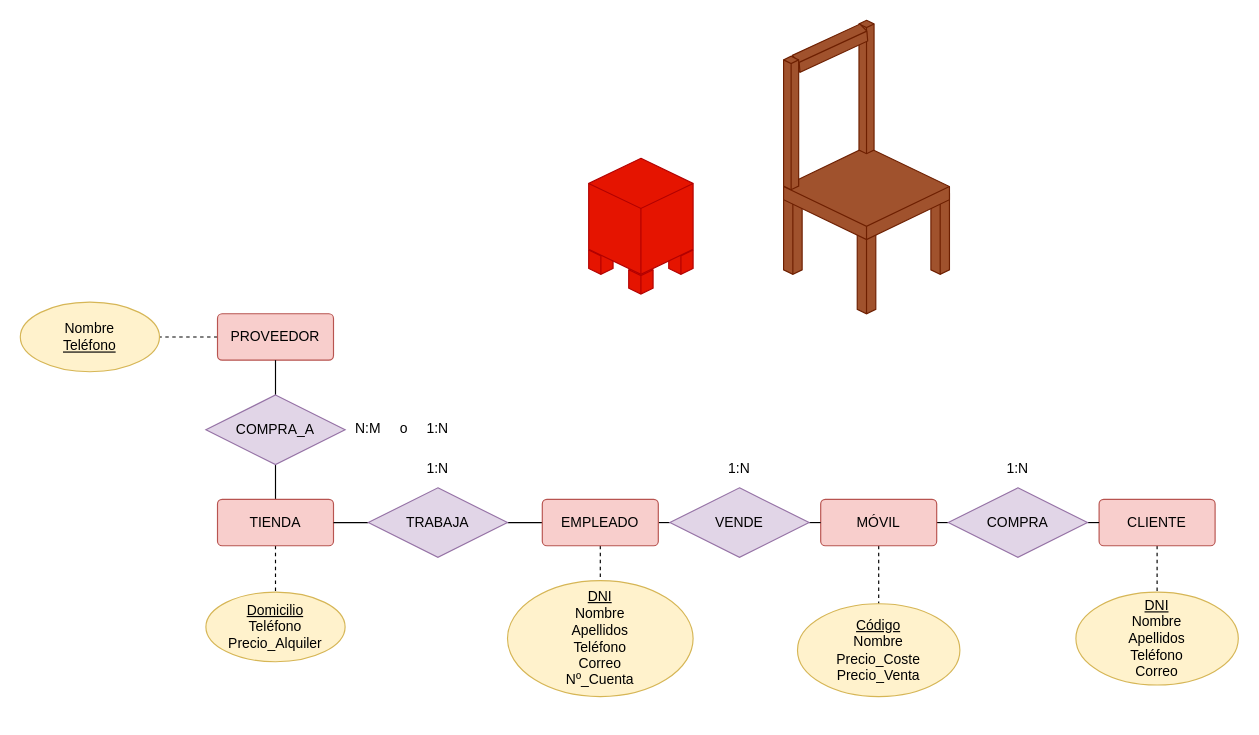
The draw.io diagram Ejercicio4_Tema1.drawio in antonionavarro04/diagramas, before the edit. Source tidied: cells renumbered, new cells numbered last; positions are measured from the earlier drawing's top-left corner, leaving out a move shared by most shapes. Both pictures are drawn from the tidied source at 116%, with x=0, y=0 at pixel (20, 7).
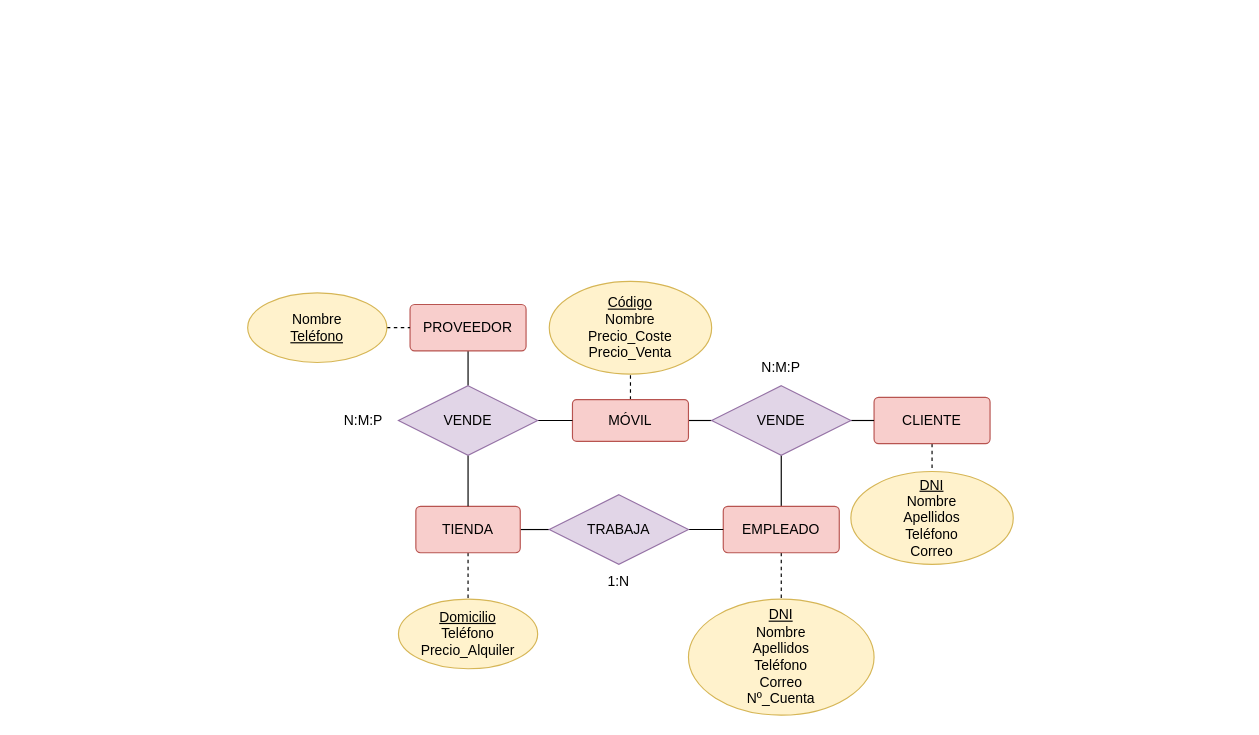
The same diagram, later.

The edit, as a diff of the source:
```diff
@@
-    <mxCell id="2" style="html=1;whiteSpace=wrap;shape=isoCube2;backgroundOutline=1;isoAngle=15;rounded=0;fillColor=#a0522d;fontColor=#ffffff;strokeColor=#6D1F00;" parent="1" vertex="1">
-      <mxGeometry x="658" y="156" width="16" height="74" as="geometry" />
-    </mxCell>
-    <mxCell id="3" style="html=1;whiteSpace=wrap;shape=isoCube2;backgroundOutline=1;isoAngle=15;rounded=0;fillColor=#a0522d;fontColor=#ffffff;strokeColor=#6D1F00;" parent="1" vertex="1">
-      <mxGeometry x="785" y="156" width="16" height="74" as="geometry" />
-    </mxCell>
+    <mxCell id="47" style="edgeStyle=orthogonalEdgeStyle;rounded=0;jettySize=auto;html=1;exitX=0.5;exitY=0;exitDx=0;exitDy=0;entryX=0.5;entryY=1;entryDx=0;entryDy=0;endArrow=none;endFill=0;" parent="1" edge="1" source="7" target="55">
+      <mxGeometry relative="1" as="geometry" />
+    </mxCell>
@@
-    <mxCell id="5" style="edgeStyle=orthogonalEdgeStyle;rounded=0;jettySize=auto;html=1;exitX=0;exitY=0.5;exitDx=0;exitDy=0;entryX=1;entryY=0.5;entryDx=0;entryDy=0;endArrow=none;endFill=0;" parent="1" edge="1" source="7" target="26">
-      <mxGeometry relative="1" as="geometry" />
-    </mxCell>
-    <mxCell id="6" style="edgeStyle=orthogonalEdgeStyle;rounded=0;jettySize=auto;html=1;exitX=1;exitY=0.5;exitDx=0;exitDy=0;entryX=0;entryY=0.5;entryDx=0;entryDy=0;endArrow=none;endFill=0;" parent="1" edge="1" source="7" target="28">
-      <mxGeometry relative="1" as="geometry" />
-    </mxCell>
     <mxCell id="7" value="EMPLEADO" style="rounded=1;arcSize=10;whiteSpace=wrap;html=1;align=center;fillColor=#f8cecc;strokeColor=#b85450;" parent="1" vertex="1">
-      <mxGeometry x="450" y="424" width="100" height="40" as="geometry" />
+      <mxGeometry x="606" y="430" width="100" height="40" as="geometry" />
     </mxCell>
@@
     <mxCell id="9" value="CLIENTE" style="rounded=1;arcSize=10;whiteSpace=wrap;html=1;align=center;fillColor=#f8cecc;strokeColor=#b85450;" parent="1" vertex="1">
-      <mxGeometry x="930" y="424" width="100" height="40" as="geometry" />
+      <mxGeometry x="736" y="336" width="100" height="40" as="geometry" />
     </mxCell>
+    <mxCell id="48" style="edgeStyle=orthogonalEdgeStyle;rounded=0;jettySize=auto;html=1;exitX=1;exitY=0.5;exitDx=0;exitDy=0;entryX=0;entryY=0.5;entryDx=0;entryDy=0;endArrow=none;endFill=0;" parent="1" edge="1" source="12" target="55">
+      <mxGeometry relative="1" as="geometry" />
+    </mxCell>
-    <mxCell id="10" style="edgeStyle=orthogonalEdgeStyle;rounded=0;jettySize=auto;html=1;exitX=0.5;exitY=1;exitDx=0;exitDy=0;entryX=0.5;entryY=0;entryDx=0;entryDy=0;endArrow=none;endFill=0;dashed=1;" parent="1" edge="1" source="12" target="18">
+    <mxCell id="10" style="edgeStyle=orthogonalEdgeStyle;rounded=0;jettySize=auto;html=1;exitX=0.5;exitY=0;exitDx=0;exitDy=0;entryX=0.5;entryY=1;entryDx=0;entryDy=0;dashed=1;endArrow=none;endFill=0;" parent="1" edge="1" source="12" target="18">
       <mxGeometry relative="1" as="geometry" />
     </mxCell>
-    <mxCell id="11" style="edgeStyle=orthogonalEdgeStyle;rounded=0;jettySize=auto;html=1;exitX=1;exitY=0.5;exitDx=0;exitDy=0;entryX=0;entryY=0.5;entryDx=0;entryDy=0;endArrow=none;endFill=0;" parent="1" edge="1" source="12" target="30">
-      <mxGeometry relative="1" as="geometry" />
-    </mxCell>
     <mxCell id="12" value="MÓVIL" style="rounded=1;arcSize=10;whiteSpace=wrap;html=1;align=center;fillColor=#f8cecc;strokeColor=#b85450;" parent="1" vertex="1">
-      <mxGeometry x="690" y="424" width="100" height="40" as="geometry" />
+      <mxGeometry x="476" y="338" width="100" height="36" as="geometry" />
     </mxCell>
-    <mxCell id="13" style="edgeStyle=orthogonalEdgeStyle;rounded=0;jettySize=auto;html=1;exitX=0;exitY=0.5;exitDx=0;exitDy=0;entryX=1;entryY=0.5;entryDx=0;entryDy=0;dashed=1;endArrow=none;endFill=0;" parent="1" edge="1" source="14" target="20">
-      <mxGeometry relative="1" as="geometry" />
-    </mxCell>
+    <mxCell id="49" style="edgeStyle=orthogonalEdgeStyle;rounded=0;jettySize=auto;html=1;exitX=0.5;exitY=1;exitDx=0;exitDy=0;entryX=0.5;entryY=0;entryDx=0;entryDy=0;endArrow=none;endFill=0;" parent="1" edge="1" source="14" target="28">
+      <mxGeometry relative="1" as="geometry" />
+    </mxCell>
     <mxCell id="14" value="PROVEEDOR" style="rounded=1;arcSize=10;whiteSpace=wrap;html=1;align=center;fillColor=#f8cecc;strokeColor=#b85450;" parent="1" vertex="1">
-      <mxGeometry x="170" y="264" width="100" height="40" as="geometry" />
+      <mxGeometry x="336" y="256" width="100" height="40" as="geometry" />
     </mxCell>
+    <mxCell id="50" style="edgeStyle=orthogonalEdgeStyle;rounded=0;jettySize=auto;html=1;exitX=1;exitY=0.5;exitDx=0;exitDy=0;entryX=0;entryY=0.5;entryDx=0;entryDy=0;endArrow=none;endFill=0;" parent="1" edge="1" source="17" target="26">
+      <mxGeometry relative="1" as="geometry" />
+    </mxCell>
-    <mxCell id="15" style="edgeStyle=orthogonalEdgeStyle;rounded=0;jettySize=auto;html=1;exitX=0.5;exitY=1;exitDx=0;exitDy=0;entryX=0.5;entryY=0;entryDx=0;entryDy=0;dashed=1;endArrow=none;endFill=0;" parent="1" edge="1" source="17" target="19">
+    <mxCell id="15" style="edgeStyle=orthogonalEdgeStyle;rounded=0;jettySize=auto;html=1;exitX=0.5;exitY=1;exitDx=0;exitDy=0;entryX=0.5;entryY=0;entryDx=0;entryDy=0;endArrow=none;endFill=0;dashed=1;" parent="1" edge="1" source="17" target="19">
       <mxGeometry relative="1" as="geometry" />
     </mxCell>
-    <mxCell id="16" style="edgeStyle=orthogonalEdgeStyle;rounded=0;jettySize=auto;html=1;exitX=0.5;exitY=0;exitDx=0;exitDy=0;entryX=0.5;entryY=1;entryDx=0;entryDy=0;endArrow=none;endFill=0;" parent="1" edge="1" source="17" target="24">
-      <mxGeometry relative="1" as="geometry" />
-    </mxCell>
     <mxCell id="17" value="TIENDA" style="rounded=1;arcSize=10;whiteSpace=wrap;html=1;align=center;fillColor=#f8cecc;strokeColor=#b85450;" parent="1" vertex="1">
-      <mxGeometry x="170" y="424" width="100" height="40" as="geometry" />
+      <mxGeometry x="341" y="430" width="90" height="40" as="geometry" />
     </mxCell>
     <mxCell id="18" value="&lt;u&gt;Código&lt;/u&gt;&lt;br&gt;Nombre&lt;br&gt;Precio_Coste&lt;br&gt;Precio_Venta" style="ellipse;whiteSpace=wrap;html=1;align=center;rounded=0;fillColor=#fff2cc;strokeColor=#d6b656;" parent="1" vertex="1">
-      <mxGeometry x="670" y="514" width="140" height="80" as="geometry" />
+      <mxGeometry x="456" y="236" width="140" height="80" as="geometry" />
     </mxCell>
     <mxCell id="19" value="&lt;u&gt;Domicilio&lt;/u&gt;&lt;br&gt;Teléfono&lt;br&gt;Precio_Alquiler" style="ellipse;whiteSpace=wrap;html=1;align=center;rounded=0;fillColor=#fff2cc;strokeColor=#d6b656;" parent="1" vertex="1">
-      <mxGeometry x="160" y="504" width="120" height="60" as="geometry" />
+      <mxGeometry x="326" y="510" width="120" height="60" as="geometry" />
     </mxCell>
+    <mxCell id="51" style="edgeStyle=orthogonalEdgeStyle;rounded=0;jettySize=auto;html=1;exitX=1;exitY=0.5;exitDx=0;exitDy=0;entryX=0;entryY=0.5;entryDx=0;entryDy=0;dashed=1;endArrow=none;endFill=0;" parent="1" edge="1" source="20" target="14">
+      <mxGeometry relative="1" as="geometry" />
+    </mxCell>
     <mxCell id="20" value="Nombre&lt;br&gt;&lt;u&gt;Teléfono&lt;/u&gt;" style="ellipse;whiteSpace=wrap;html=1;align=center;rounded=0;fillColor=#fff2cc;strokeColor=#d6b656;" parent="1" vertex="1">
-      <mxGeometry y="254" width="120" height="60" as="geometry" />
+      <mxGeometry x="196" y="246" width="120" height="60" as="geometry" />
     </mxCell>
     <mxCell id="21" value="&lt;u&gt;DNI&lt;/u&gt;&lt;br&gt;Nombre&lt;br&gt;Apellidos&lt;br&gt;Teléfono&lt;br&gt;Correo" style="ellipse;whiteSpace=wrap;html=1;align=center;rounded=0;fillColor=#fff2cc;strokeColor=#d6b656;" parent="1" vertex="1">
-      <mxGeometry x="910" y="504" width="140" height="80" as="geometry" />
+      <mxGeometry x="716" y="400" width="140" height="80" as="geometry" />
     </mxCell>
     <mxCell id="22" value="&lt;u&gt;DNI&lt;/u&gt;&lt;br&gt;Nombre&lt;br&gt;Apellidos&lt;br&gt;Teléfono&lt;br&gt;Correo&lt;br&gt;Nº_Cuenta" style="ellipse;whiteSpace=wrap;html=1;align=center;rounded=0;fillColor=#fff2cc;strokeColor=#d6b656;" parent="1" vertex="1">
-      <mxGeometry x="420" y="494" width="160" height="100" as="geometry" />
+      <mxGeometry x="576" y="510" width="160" height="100" as="geometry" />
     </mxCell>
-    <mxCell id="23" style="edgeStyle=orthogonalEdgeStyle;rounded=0;jettySize=auto;html=1;exitX=0.5;exitY=0;exitDx=0;exitDy=0;entryX=0.5;entryY=1;entryDx=0;entryDy=0;endArrow=none;endFill=0;" parent="1" edge="1" source="24" target="14">
-      <mxGeometry relative="1" as="geometry" />
-    </mxCell>
-    <mxCell id="24" value="COMPRA_A" style="shape=rhombus;perimeter=rhombusPerimeter;whiteSpace=wrap;html=1;align=center;rounded=0;fillColor=#e1d5e7;strokeColor=#9673a6;" parent="1" vertex="1">
-      <mxGeometry x="160" y="334" width="120" height="60" as="geometry" />
-    </mxCell>
-    <mxCell id="25" style="edgeStyle=orthogonalEdgeStyle;rounded=0;jettySize=auto;html=1;exitX=0;exitY=0.5;exitDx=0;exitDy=0;entryX=1;entryY=0.5;entryDx=0;entryDy=0;endArrow=none;endFill=0;" parent="1" edge="1" source="26" target="17">
-      <mxGeometry relative="1" as="geometry" />
-    </mxCell>
+    <mxCell id="52" style="edgeStyle=orthogonalEdgeStyle;rounded=0;jettySize=auto;html=1;exitX=1;exitY=0.5;exitDx=0;exitDy=0;entryX=0;entryY=0.5;entryDx=0;entryDy=0;endArrow=none;endFill=0;" parent="1" edge="1" source="26" target="7">
+      <mxGeometry relative="1" as="geometry" />
+    </mxCell>
     <mxCell id="26" value="TRABAJA" style="shape=rhombus;perimeter=rhombusPerimeter;whiteSpace=wrap;html=1;align=center;rounded=0;fillColor=#e1d5e7;strokeColor=#9673a6;" parent="1" vertex="1">
-      <mxGeometry x="300" y="414" width="120" height="60" as="geometry" />
+      <mxGeometry x="456" y="420" width="120" height="60" as="geometry" />
     </mxCell>
+    <mxCell id="53" style="edgeStyle=orthogonalEdgeStyle;rounded=0;jettySize=auto;html=1;exitX=0.5;exitY=1;exitDx=0;exitDy=0;entryX=0.5;entryY=0;entryDx=0;entryDy=0;endArrow=none;endFill=0;" parent="1" edge="1" source="28" target="17">
+      <mxGeometry relative="1" as="geometry" />
+    </mxCell>
@@
     <mxCell id="28" value="VENDE" style="shape=rhombus;perimeter=rhombusPerimeter;whiteSpace=wrap;html=1;align=center;rounded=0;fillColor=#e1d5e7;strokeColor=#9673a6;" parent="1" vertex="1">
-      <mxGeometry x="560" y="414" width="120" height="60" as="geometry" />
+      <mxGeometry x="326" y="326" width="120" height="60" as="geometry" />
     </mxCell>
-    <mxCell id="29" style="edgeStyle=orthogonalEdgeStyle;rounded=0;jettySize=auto;html=1;exitX=1;exitY=0.5;exitDx=0;exitDy=0;entryX=0;entryY=0.5;entryDx=0;entryDy=0;endArrow=none;endFill=0;" parent="1" edge="1" source="30" target="9">
-      <mxGeometry relative="1" as="geometry" />
-    </mxCell>
-    <mxCell id="30" value="COMPRA" style="shape=rhombus;perimeter=rhombusPerimeter;whiteSpace=wrap;html=1;align=center;rounded=0;fillColor=#e1d5e7;strokeColor=#9673a6;" parent="1" vertex="1">
-      <mxGeometry x="800" y="414" width="120" height="60" as="geometry" />
-    </mxCell>
-    <mxCell id="31" value="1:N" style="text;strokeColor=none;fillColor=none;spacingLeft=4;spacingRight=4;overflow=hidden;fontSize=12;rounded=0;align=center;" parent="1" vertex="1">
-      <mxGeometry x="840" y="384" width="40" height="30" as="geometry" />
-    </mxCell>
-    <mxCell id="32" value="1:N" style="text;strokeColor=none;fillColor=none;spacingLeft=4;spacingRight=4;overflow=hidden;fontSize=12;rounded=0;align=center;" parent="1" vertex="1">
-      <mxGeometry x="600" y="384" width="40" height="30" as="geometry" />
-    </mxCell>
-    <mxCell id="33" value="1:N" style="text;strokeColor=none;fillColor=none;spacingLeft=4;spacingRight=4;overflow=hidden;fontSize=12;rounded=0;align=center;" parent="1" vertex="1">
-      <mxGeometry x="340" y="384" width="40" height="30" as="geometry" />
-    </mxCell>
-    <mxCell id="34" value="N:M" style="text;strokeColor=none;fillColor=none;spacingLeft=4;spacingRight=4;overflow=hidden;fontSize=12;rounded=0;align=center;" parent="1" vertex="1">
-      <mxGeometry x="280" y="349" width="40" height="30" as="geometry" />
-    </mxCell>
-    <mxCell id="35" value="1:N" style="text;strokeColor=none;fillColor=none;spacingLeft=4;spacingRight=4;overflow=hidden;fontSize=12;rounded=0;align=center;" parent="1" vertex="1">
-      <mxGeometry x="340" y="349" width="40" height="30" as="geometry" />
-    </mxCell>
-    <mxCell id="36" value="o" style="text;html=1;strokeColor=none;fillColor=none;align=center;verticalAlign=middle;whiteSpace=wrap;rounded=0;" parent="1" vertex="1">
-      <mxGeometry x="301" y="348" width="60" height="30" as="geometry" />
-    </mxCell>
-    <mxCell id="37" style="html=1;whiteSpace=wrap;shape=isoCube2;backgroundOutline=1;isoAngle=15;rounded=0;fillColor=#e51400;fontColor=#ffffff;strokeColor=#B20000;" parent="1" vertex="1">
-      <mxGeometry x="490" y="204" width="21" height="26" as="geometry" />
-    </mxCell>
-    <mxCell id="38" style="html=1;whiteSpace=wrap;shape=isoCube2;backgroundOutline=1;isoAngle=15;rounded=0;" parent="1" vertex="1">
-      <mxGeometry x="524.5" y="188" width="21" height="26" as="geometry" />
-    </mxCell>
-    <mxCell id="39" style="html=1;whiteSpace=wrap;shape=isoCube2;backgroundOutline=1;isoAngle=15;rounded=0;fillColor=#e51400;fontColor=#ffffff;strokeColor=#B20000;" parent="1" vertex="1">
-      <mxGeometry x="559" y="204" width="21" height="26" as="geometry" />
-    </mxCell>
-    <mxCell id="40" style="html=1;whiteSpace=wrap;shape=isoCube2;backgroundOutline=1;isoAngle=15;rounded=0;fillColor=#e51400;fontColor=#ffffff;strokeColor=#B20000;" parent="1" vertex="1">
-      <mxGeometry x="524.5" y="221" width="21" height="26" as="geometry" />
-    </mxCell>
-    <mxCell id="41" style="html=1;whiteSpace=wrap;shape=isoCube2;backgroundOutline=1;isoAngle=15;rounded=0;fillColor=#a0522d;fontColor=#ffffff;strokeColor=#6D1F00;" parent="1" vertex="1">
-      <mxGeometry x="721.5" y="190" width="16" height="74" as="geometry" />
-    </mxCell>
-    <mxCell id="42" style="html=1;whiteSpace=wrap;shape=isoCube2;backgroundOutline=1;isoAngle=15;rounded=0;fillColor=#a0522d;fontColor=#ffffff;strokeColor=#6D1F00;" parent="1" vertex="1">
-      <mxGeometry x="658" y="120" width="143" height="80" as="geometry" />
-    </mxCell>
-    <mxCell id="43" style="html=1;whiteSpace=wrap;shape=isoCube2;backgroundOutline=1;isoAngle=15;rounded=0;fillColor=#a0522d;fontColor=#ffffff;strokeColor=#6D1F00;" parent="1" vertex="1">
-      <mxGeometry x="723" y="11" width="13" height="115" as="geometry" />
-    </mxCell>
-    <mxCell id="44" style="html=1;whiteSpace=wrap;shape=isoCube2;backgroundOutline=1;isoAngle=11.256652023479875;rounded=0;rotation=-114.8;fillColor=#a0522d;fontColor=#ffffff;strokeColor=#6D1F00;" parent="1" vertex="1">
-      <mxGeometry x="690" width="16" height="70" as="geometry" />
-    </mxCell>
-    <mxCell id="45" style="html=1;whiteSpace=wrap;shape=isoCube2;backgroundOutline=1;isoAngle=15;rounded=0;fillColor=#a0522d;fontColor=#ffffff;strokeColor=#6D1F00;" parent="1" vertex="1">
-      <mxGeometry x="658" y="42" width="13" height="115" as="geometry" />
-    </mxCell>
-    <mxCell id="46" style="html=1;whiteSpace=wrap;shape=isoCube2;backgroundOutline=1;isoAngle=15;rounded=0;fillColor=#e51400;fontColor=#ffffff;strokeColor=#B20000;" parent="1" vertex="1">
-      <mxGeometry x="490" y="130" width="90" height="100" as="geometry" />
-    </mxCell>
+    <mxCell id="54" style="edgeStyle=orthogonalEdgeStyle;rounded=0;jettySize=auto;html=1;exitX=1;exitY=0.5;exitDx=0;exitDy=0;entryX=0;entryY=0.5;entryDx=0;entryDy=0;endArrow=none;endFill=0;" parent="1" edge="1" source="55" target="9">
+      <mxGeometry relative="1" as="geometry" />
+    </mxCell>
+    <mxCell id="55" value="VENDE" style="shape=rhombus;perimeter=rhombusPerimeter;whiteSpace=wrap;html=1;align=center;rounded=0;fillColor=#e1d5e7;strokeColor=#9673a6;" parent="1" vertex="1">
+      <mxGeometry x="596" y="326" width="120" height="60" as="geometry" />
+    </mxCell>
+    <mxCell id="56" value="N:M:P" style="text;html=1;strokeColor=none;fillColor=none;align=center;verticalAlign=middle;whiteSpace=wrap;rounded=0;" parent="1" vertex="1">
+      <mxGeometry x="626" y="296" width="60" height="30" as="geometry" />
+    </mxCell>
+    <mxCell id="57" value="N:M:P" style="text;html=1;strokeColor=none;fillColor=none;align=center;verticalAlign=middle;whiteSpace=wrap;rounded=0;" parent="1" vertex="1">
+      <mxGeometry x="266" y="341" width="60" height="30" as="geometry" />
+    </mxCell>
+    <mxCell id="58" value="1:N" style="text;html=1;strokeColor=none;fillColor=none;align=center;verticalAlign=middle;whiteSpace=wrap;rounded=0;" parent="1" vertex="1">
+      <mxGeometry x="486" y="480" width="60" height="30" as="geometry" />
+    </mxCell>
```
